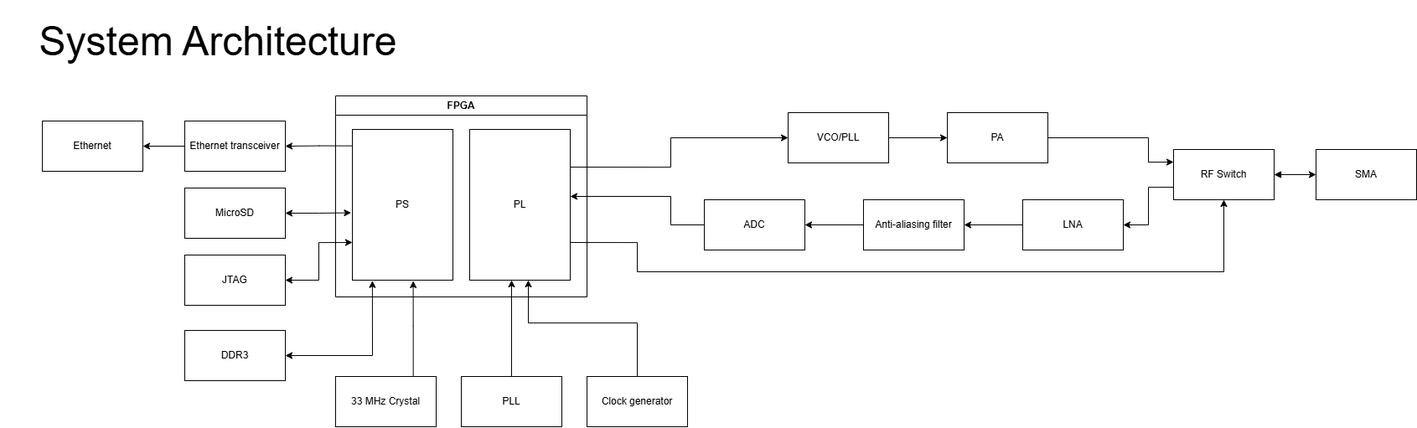
This is images/radar-architecture.png from jeffrey-3/jeffrey-3.github.io, a draw.io export, as it was before one commit. Source tidied: cells renumbered, new cells last; positions are measured from the earlier drawing's top-left corner, leaving out a move shared by most shapes.
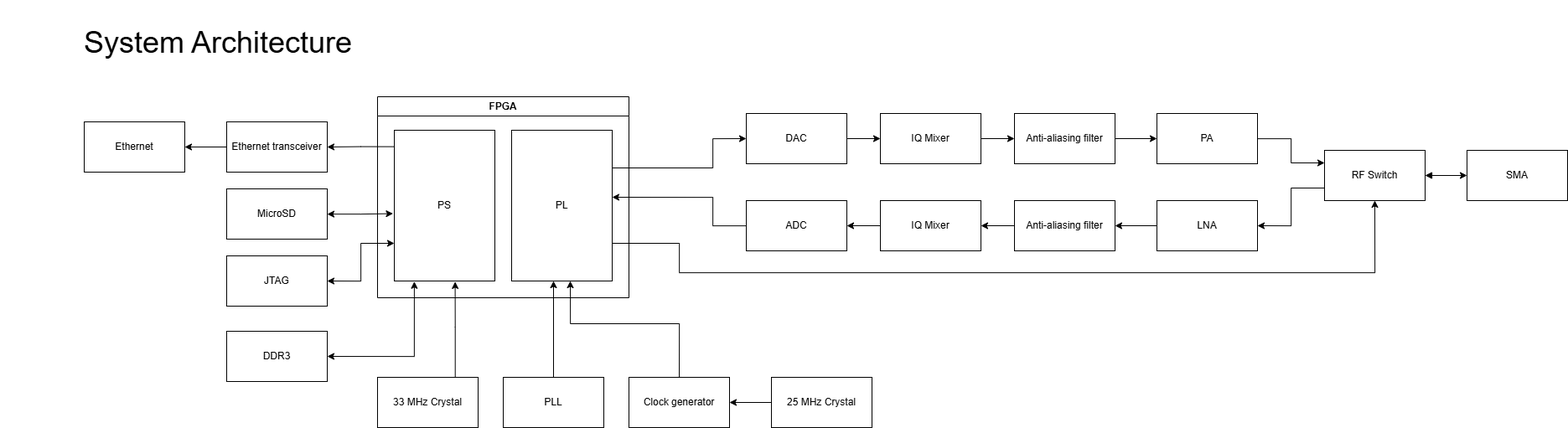
Later version of the same file.

What changed in the source:
```diff
@@ -15,7 +15,7 @@
         <Array as="points">
           <mxPoint x="760" y="290" />
           <mxPoint x="760" y="325" />
-          <mxPoint x="1460" y="325" />
+          <mxPoint x="1590" y="325" />
         </Array>
       </mxGeometry>
     </mxCell>
@@ -32,24 +32,24 @@
       <mxGeometry relative="1" as="geometry" />
     </mxCell>
     <mxCell id="8" value="LNA" style="rounded=0;whiteSpace=wrap;html=1;" parent="1" vertex="1">
-      <mxGeometry x="1220" y="239" width="120" height="60" as="geometry" />
+      <mxGeometry x="1330" y="239" width="120" height="60" as="geometry" />
     </mxCell>
-    <mxCell id="9" style="edgeStyle=orthogonalEdgeStyle;rounded=0;jettySize=auto;html=1;" parent="1" edge="1" source="10" target="12">
-      <mxGeometry relative="1" as="geometry" />
-    </mxCell>
+    <mxCell id="38" style="edgeStyle=orthogonalEdgeStyle;rounded=0;jettySize=auto;html=1;entryX=0;entryY=0.5;entryDx=0;entryDy=0;" parent="1" edge="1" source="10" target="45">
+      <mxGeometry relative="1" as="geometry" />
+    </mxCell>
-    <mxCell id="10" value="VCO/PLL" style="rounded=0;whiteSpace=wrap;html=1;" parent="1" vertex="1">
-      <mxGeometry x="940" y="135" width="120" height="60" as="geometry" />
+    <mxCell id="10" value="DAC" style="rounded=0;whiteSpace=wrap;html=1;" parent="1" vertex="1">
+      <mxGeometry x="840" y="135" width="120" height="60" as="geometry" />
     </mxCell>
     <mxCell id="11" style="edgeStyle=orthogonalEdgeStyle;rounded=0;jettySize=auto;html=1;entryX=0;entryY=0.25;entryDx=0;entryDy=0;" parent="1" edge="1" source="12" target="16">
       <mxGeometry relative="1" as="geometry">
         <Array as="points">
-          <mxPoint x="1370" y="165" />
-          <mxPoint x="1370" y="194" />
+          <mxPoint x="1490" y="165" />
+          <mxPoint x="1490" y="194" />
         </Array>
       </mxGeometry>
     </mxCell>
     <mxCell id="12" value="PA" style="rounded=0;whiteSpace=wrap;html=1;" parent="1" vertex="1">
-      <mxGeometry x="1130" y="135" width="120" height="60" as="geometry" />
+      <mxGeometry x="1330" y="135" width="120" height="60" as="geometry" />
     </mxCell>
     <mxCell id="13" value="ADC" style="rounded=0;whiteSpace=wrap;html=1;" parent="1" vertex="1">
       <mxGeometry x="840" y="239" width="120" height="60" as="geometry" />
@@ -61,10 +61,10 @@
       <mxGeometry relative="1" as="geometry" />
     </mxCell>
     <mxCell id="16" value="RF Switch" style="rounded=0;whiteSpace=wrap;html=1;" parent="1" vertex="1">
-      <mxGeometry x="1400" y="179" width="120" height="60" as="geometry" />
+      <mxGeometry x="1530" y="179" width="120" height="60" as="geometry" />
     </mxCell>
     <mxCell id="17" value="SMA" style="rounded=0;whiteSpace=wrap;html=1;" parent="1" vertex="1">
-      <mxGeometry x="1570" y="179" width="120" height="60" as="geometry" />
+      <mxGeometry x="1700" y="179" width="120" height="60" as="geometry" />
     </mxCell>
     <mxCell id="18" style="edgeStyle=orthogonalEdgeStyle;rounded=0;jettySize=auto;html=1;exitX=0.029;exitY=0.109;exitDx=0;exitDy=0;entryX=1;entryY=0.5;entryDx=0;entryDy=0;exitPerimeter=0;" parent="1" edge="1" source="20" target="6">
       <mxGeometry relative="1" as="geometry" />
@@ -117,11 +117,11 @@
     <mxCell id="30" style="edgeStyle=orthogonalEdgeStyle;rounded=0;jettySize=auto;html=1;entryX=-0.013;entryY=0.553;entryDx=0;entryDy=0;entryPerimeter=0;startArrow=classic;startFill=1;" parent="1" edge="1" source="29" target="20">
       <mxGeometry relative="1" as="geometry" />
     </mxCell>
-    <mxCell id="31" style="edgeStyle=orthogonalEdgeStyle;rounded=0;jettySize=auto;html=1;entryX=1;entryY=0.5;entryDx=0;entryDy=0;" parent="1" edge="1" source="32" target="13">
-      <mxGeometry relative="1" as="geometry" />
-    </mxCell>
+    <mxCell id="39" style="edgeStyle=orthogonalEdgeStyle;rounded=0;jettySize=auto;html=1;entryX=1;entryY=0.5;entryDx=0;entryDy=0;" parent="1" edge="1" source="32" target="47">
+      <mxGeometry relative="1" as="geometry" />
+    </mxCell>
     <mxCell id="32" value="Anti-aliasing filter" style="rounded=0;whiteSpace=wrap;html=1;" parent="1" vertex="1">
-      <mxGeometry x="1030" y="239" width="120" height="60" as="geometry" />
+      <mxGeometry x="1160" y="239" width="120" height="60" as="geometry" />
     </mxCell>
     <mxCell id="33" style="edgeStyle=orthogonalEdgeStyle;rounded=0;jettySize=auto;html=1;" parent="1" edge="1" source="13">
       <mxGeometry relative="1" as="geometry">
@@ -132,8 +132,8 @@
         </Array>
       </mxGeometry>
     </mxCell>
-    <mxCell id="34" value="&lt;font style=&quot;font-size: 48px;&quot;&gt;System Architecture&lt;/font&gt;" style="text;html=1;whiteSpace=wrap;strokeColor=none;fillColor=none;align=center;verticalAlign=middle;rounded=0;" parent="1" vertex="1">
-      <mxGeometry width="520" height="100" as="geometry" />
+    <mxCell id="34" value="&lt;font style=&quot;font-size: 36px;&quot;&gt;System Architecture&lt;/font&gt;" style="text;html=1;whiteSpace=wrap;strokeColor=none;fillColor=none;align=center;verticalAlign=middle;rounded=0;" parent="1" vertex="1">
+      <mxGeometry x="-50" width="520" height="100" as="geometry" />
     </mxCell>
     <mxCell id="35" value="Ethernet" style="rounded=0;whiteSpace=wrap;html=1;" parent="1" vertex="1">
       <mxGeometry x="50" y="145" width="120" height="60" as="geometry" />
@@ -148,5 +148,29 @@
     <mxCell id="37" value="33 MHz Crystal" style="rounded=0;whiteSpace=wrap;html=1;" parent="1" vertex="1">
       <mxGeometry x="400" y="450" width="120" height="60" as="geometry" />
     </mxCell>
+    <mxCell id="40" style="edgeStyle=orthogonalEdgeStyle;rounded=0;jettySize=auto;html=1;" parent="1" edge="1" source="41" target="26">
+      <mxGeometry relative="1" as="geometry" />
+    </mxCell>
+    <mxCell id="41" value="25 MHz Crystal" style="rounded=0;whiteSpace=wrap;html=1;" parent="1" vertex="1">
+      <mxGeometry x="870" y="450" width="120" height="60" as="geometry" />
+    </mxCell>
+    <mxCell id="42" style="edgeStyle=orthogonalEdgeStyle;rounded=0;jettySize=auto;html=1;" parent="1" edge="1" source="43" target="12">
+      <mxGeometry relative="1" as="geometry" />
+    </mxCell>
+    <mxCell id="43" value="Anti-aliasing filter" style="rounded=0;whiteSpace=wrap;html=1;" parent="1" vertex="1">
+      <mxGeometry x="1160" y="135" width="120" height="60" as="geometry" />
+    </mxCell>
+    <mxCell id="44" style="edgeStyle=orthogonalEdgeStyle;rounded=0;jettySize=auto;html=1;entryX=0;entryY=0.5;entryDx=0;entryDy=0;" parent="1" edge="1" source="45" target="43">
+      <mxGeometry relative="1" as="geometry" />
+    </mxCell>
+    <mxCell id="45" value="IQ Mixer" style="rounded=0;whiteSpace=wrap;html=1;" parent="1" vertex="1">
+      <mxGeometry x="1000" y="135" width="120" height="60" as="geometry" />
+    </mxCell>
+    <mxCell id="46" style="edgeStyle=orthogonalEdgeStyle;rounded=0;jettySize=auto;html=1;entryX=1;entryY=0.5;entryDx=0;entryDy=0;" parent="1" edge="1" source="47" target="13">
+      <mxGeometry relative="1" as="geometry" />
+    </mxCell>
+    <mxCell id="47" value="IQ Mixer" style="rounded=0;whiteSpace=wrap;html=1;" parent="1" vertex="1">
+      <mxGeometry x="1000" y="239" width="120" height="60" as="geometry" />
+    </mxCell>
   </root>
 </mxGraphModel>
```
